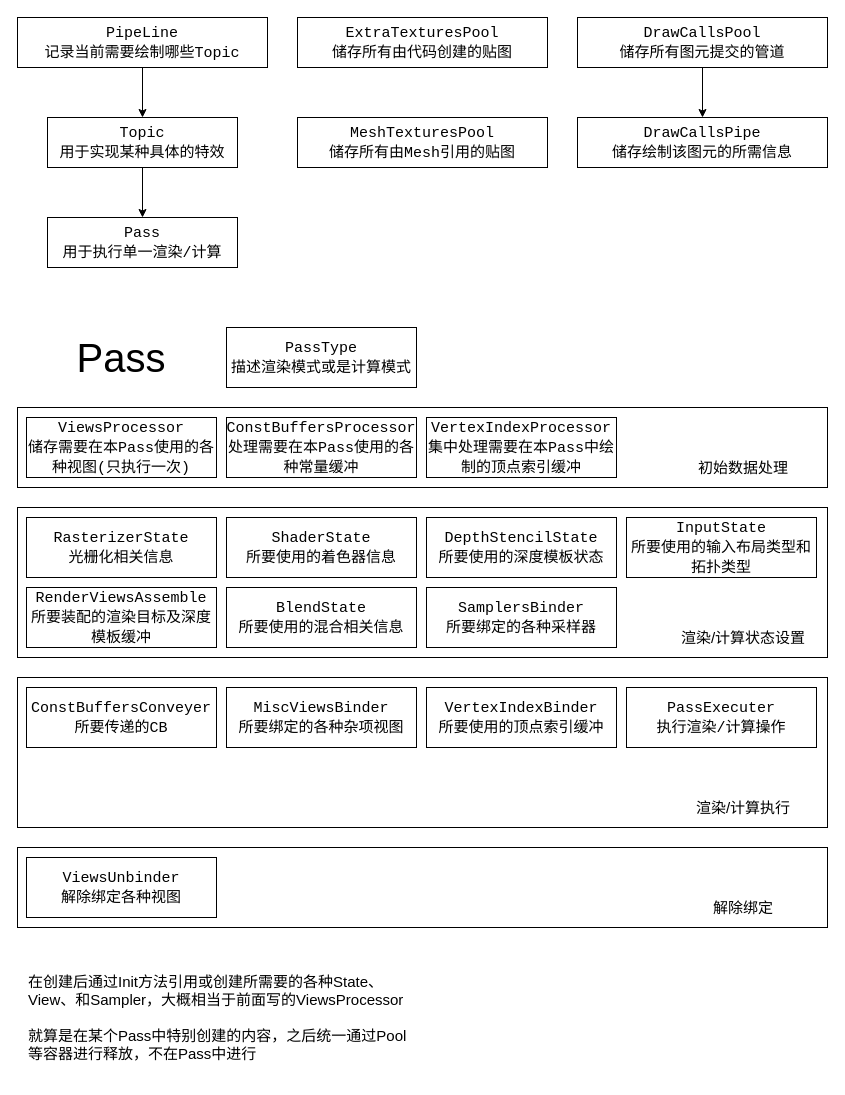
HIBICUS-CAI/PreWorkRenderEngine keeps this draw.io diagram as Render.drawio. Above is the earlier version. Source tidied: cells renumbered, new cells numbered last; positions are measured from the earlier drawing's top-left corner, leaving out a move shared by most shapes. Both pictures are drawn from the tidied source at 100%, with x=0, y=0 at pixel (17, 17).
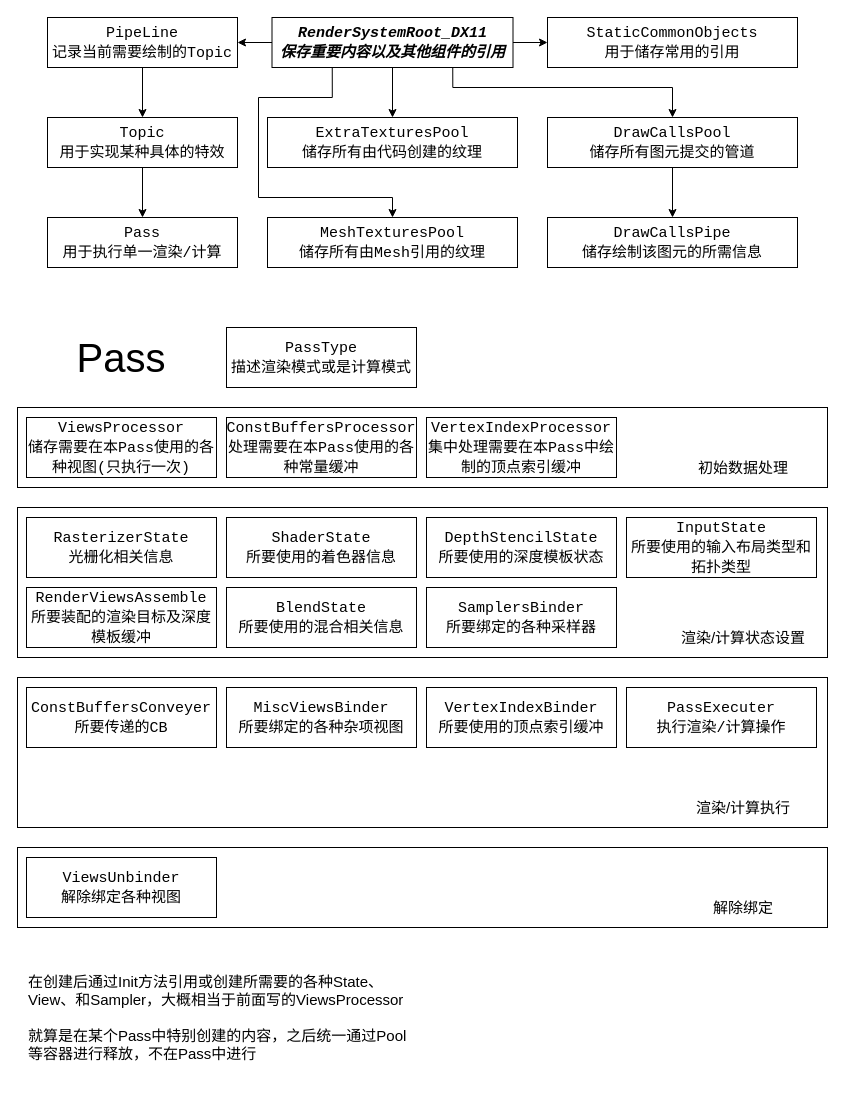
Above is the later version.

Change to the diagram source:
```diff
@@
-    <mxCell id="10" value="&lt;font style=&quot;font-size: 15px&quot; face=&quot;Courier New&quot;&gt;PipeLine&lt;br style=&quot;font-size: 15px&quot;&gt;记录当前需要绘制哪些Topic&lt;br style=&quot;font-size: 15px&quot;&gt;&lt;/font&gt;" style="rounded=0;whiteSpace=wrap;html=1;align=center;fontSize=15;" parent="1" vertex="1">
-      <mxGeometry width="250" height="50" as="geometry" />
+    <mxCell id="10" value="&lt;font style=&quot;font-size: 15px&quot; face=&quot;Courier New&quot;&gt;PipeLine&lt;br style=&quot;font-size: 15px&quot;&gt;记录当前需要绘制的Topic&lt;br style=&quot;font-size: 15px&quot;&gt;&lt;/font&gt;" style="rounded=0;whiteSpace=wrap;html=1;align=center;fontSize=15;" parent="1" vertex="1">
+      <mxGeometry x="30" width="190" height="50" as="geometry" />
     </mxCell>
@@
-    <mxCell id="32" value="&lt;font style=&quot;font-size: 15px&quot; face=&quot;Courier New&quot;&gt;ExtraTexturesPool&lt;br&gt;储存所有由代码创建的贴图&lt;br style=&quot;font-size: 15px&quot;&gt;&lt;/font&gt;" style="rounded=0;whiteSpace=wrap;html=1;align=center;fontSize=15;" parent="1" vertex="1">
-      <mxGeometry x="280" width="250" height="50" as="geometry" />
+    <mxCell id="32" value="&lt;font style=&quot;font-size: 15px&quot; face=&quot;Courier New&quot;&gt;ExtraTexturesPool&lt;br&gt;储存所有由代码创建的纹理&lt;br style=&quot;font-size: 15px&quot;&gt;&lt;/font&gt;" style="rounded=0;whiteSpace=wrap;html=1;align=center;fontSize=15;" parent="1" vertex="1">
+      <mxGeometry x="250" y="100" width="250" height="50" as="geometry" />
     </mxCell>
-    <mxCell id="33" value="&lt;font style=&quot;font-size: 15px&quot; face=&quot;Courier New&quot;&gt;MeshTexturesPool&lt;br&gt;储存所有由Mesh引用的贴图&lt;br style=&quot;font-size: 15px&quot;&gt;&lt;/font&gt;" style="rounded=0;whiteSpace=wrap;html=1;align=center;fontSize=15;" parent="1" vertex="1">
-      <mxGeometry x="280" y="100" width="250" height="50" as="geometry" />
+    <mxCell id="33" value="&lt;font style=&quot;font-size: 15px&quot; face=&quot;Courier New&quot;&gt;MeshTexturesPool&lt;br&gt;储存所有由Mesh引用的纹理&lt;br style=&quot;font-size: 15px&quot;&gt;&lt;/font&gt;" style="rounded=0;whiteSpace=wrap;html=1;align=center;fontSize=15;" parent="1" vertex="1">
+      <mxGeometry x="250" y="200" width="250" height="50" as="geometry" />
     </mxCell>
@@
     <mxCell id="35" value="&lt;font style=&quot;font-size: 15px&quot; face=&quot;Courier New&quot;&gt;DrawCallsPool&lt;br&gt;储存所有图元提交的管道&lt;br style=&quot;font-size: 15px&quot;&gt;&lt;/font&gt;" style="rounded=0;whiteSpace=wrap;html=1;align=center;fontSize=15;" parent="1" vertex="1">
-      <mxGeometry x="560" width="250" height="50" as="geometry" />
+      <mxGeometry x="530" y="100" width="250" height="50" as="geometry" />
     </mxCell>
     <mxCell id="36" value="&lt;font style=&quot;font-size: 15px&quot; face=&quot;Courier New&quot;&gt;DrawCallsPipe&lt;br&gt;储存绘制该图元的所需信息&lt;br style=&quot;font-size: 15px&quot;&gt;&lt;/font&gt;" style="rounded=0;whiteSpace=wrap;html=1;align=center;fontSize=15;" parent="1" vertex="1">
-      <mxGeometry x="560" y="100" width="250" height="50" as="geometry" />
+      <mxGeometry x="530" y="200" width="250" height="50" as="geometry" />
     </mxCell>
@@
+    <mxCell id="38" style="edgeStyle=orthogonalEdgeStyle;rounded=0;jettySize=auto;html=1;" parent="1" edge="1" source="43" target="10">
+      <mxGeometry relative="1" as="geometry" />
+    </mxCell>
+    <mxCell id="39" style="edgeStyle=orthogonalEdgeStyle;rounded=0;jettySize=auto;html=1;" parent="1" edge="1" source="43" target="32">
+      <mxGeometry relative="1" as="geometry" />
+    </mxCell>
+    <mxCell id="40" style="edgeStyle=orthogonalEdgeStyle;rounded=0;jettySize=auto;html=1;exitX=0.25;exitY=1;exitDx=0;exitDy=0;entryX=0.5;entryY=0;entryDx=0;entryDy=0;" parent="1" edge="1" source="43" target="33">
+      <mxGeometry relative="1" as="geometry">
+        <Array as="points">
+          <mxPoint x="315" y="80" />
+          <mxPoint x="241" y="80" />
+          <mxPoint x="241" y="180" />
+          <mxPoint x="375" y="180" />
+        </Array>
+      </mxGeometry>
+    </mxCell>
+    <mxCell id="41" style="edgeStyle=orthogonalEdgeStyle;rounded=0;jettySize=auto;html=1;entryX=0.5;entryY=0;entryDx=0;entryDy=0;exitX=0.75;exitY=1;exitDx=0;exitDy=0;" parent="1" edge="1" source="43" target="35">
+      <mxGeometry relative="1" as="geometry">
+        <Array as="points">
+          <mxPoint x="435" y="70" />
+          <mxPoint x="655" y="70" />
+        </Array>
+      </mxGeometry>
+    </mxCell>
+    <mxCell id="42" style="edgeStyle=orthogonalEdgeStyle;rounded=0;jettySize=auto;html=1;" parent="1" edge="1" source="43" target="44">
+      <mxGeometry relative="1" as="geometry" />
+    </mxCell>
+    <mxCell id="43" value="&lt;font style=&quot;font-size: 15px&quot; face=&quot;Courier New&quot;&gt;&lt;b&gt;&lt;i&gt;RenderSystemRoot_DX11&lt;br&gt;保存重要内容以及其他组件的引用&lt;/i&gt;&lt;/b&gt;&lt;br style=&quot;font-size: 15px&quot;&gt;&lt;/font&gt;" style="rounded=0;whiteSpace=wrap;html=1;align=center;fontSize=15;" parent="1" vertex="1">
+      <mxGeometry x="254.5" width="241" height="50" as="geometry" />
+    </mxCell>
+    <mxCell id="44" value="&lt;font style=&quot;font-size: 15px&quot; face=&quot;Courier New&quot;&gt;StaticCommonObjects&lt;br&gt;用于储存常用的引用&lt;br style=&quot;font-size: 15px&quot;&gt;&lt;/font&gt;" style="rounded=0;whiteSpace=wrap;html=1;align=center;fontSize=15;" parent="1" vertex="1">
+      <mxGeometry x="530" width="250" height="50" as="geometry" />
+    </mxCell>
```
